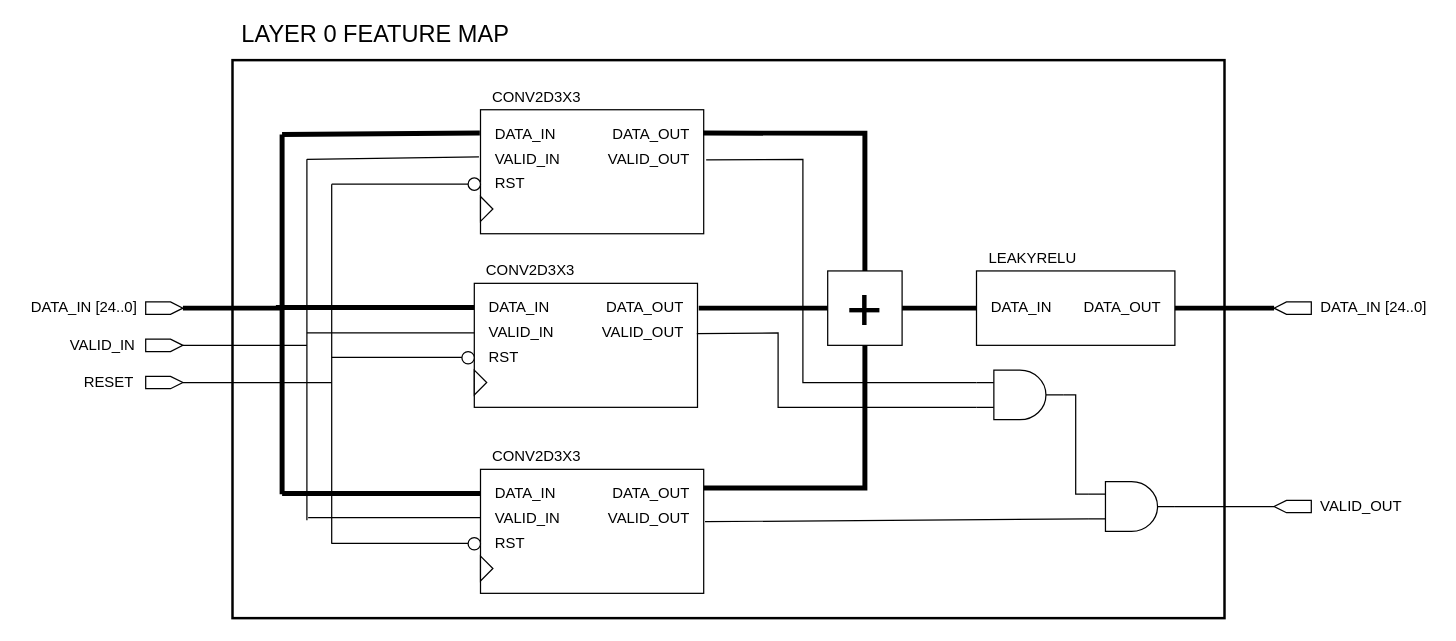
Earlier version of the draw.io diagram page "layer-0-feature-map" (1 of 3) of Project/reference/diagrams/YOLOv3Tiny.drawio (hohaicongthuan/0x55AA). Source tidied: cells renumbered, new cells numbered last; positions are measured from the earlier drawing's top-left corner, leaving out a move shared by most shapes. Both pictures are drawn from the tidied source at 124%, with x=0, y=0 at pixel (21, 22).
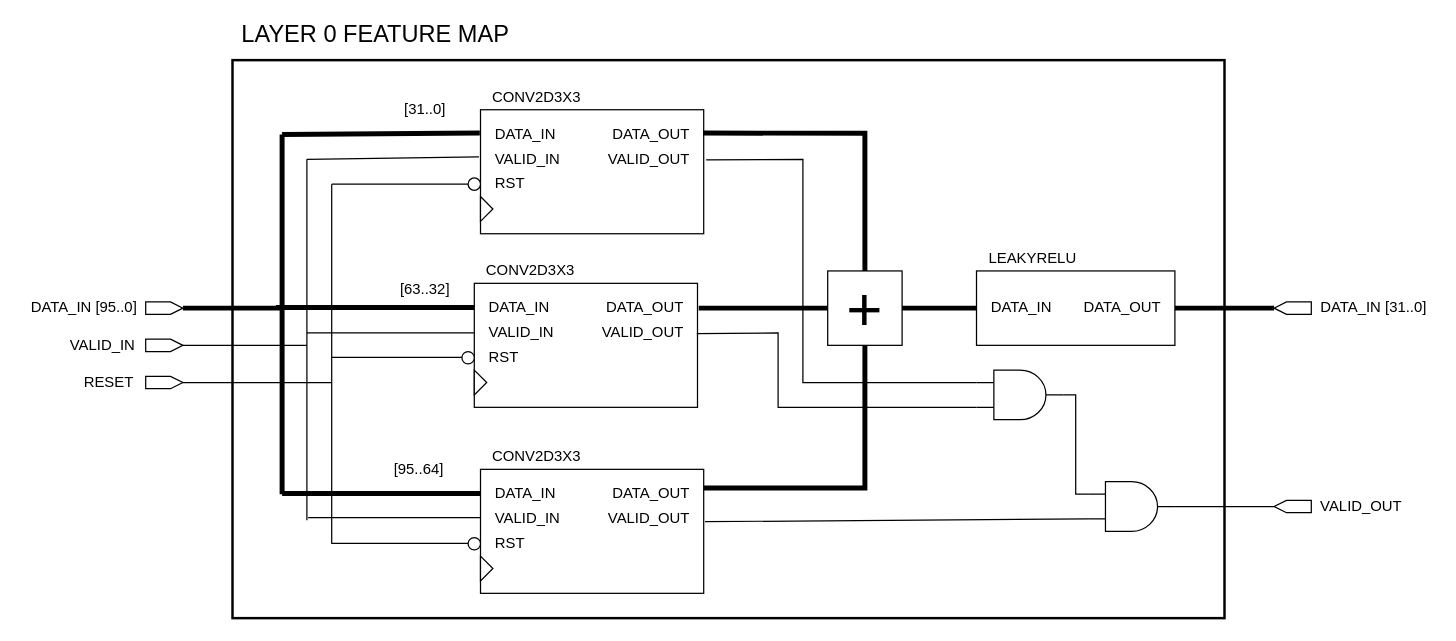
Above is the later version.

Change to the diagram source:
```diff
@@
-    <mxCell id="5" value="DATA_IN [24..0]" style="text;html=1;align=center;verticalAlign=middle;strokeColor=none;" parent="1" vertex="1">
+    <mxCell id="5" value="DATA_IN [95..0]" style="text;html=1;align=center;verticalAlign=middle;strokeColor=none;" parent="1" vertex="1">
       <mxGeometry y="220" width="100" height="20" as="geometry" />
     </mxCell>
@@
-    <mxCell id="48" value="DATA_IN [24..0]" style="text;html=1;align=center;verticalAlign=middle;strokeColor=none;" parent="1" vertex="1">
+    <mxCell id="48" value="DATA_IN [31..0]" style="text;html=1;align=center;verticalAlign=middle;strokeColor=none;" parent="1" vertex="1">
       <mxGeometry x="1040" y="220" width="100" height="20" as="geometry" />
     </mxCell>
@@
+    <mxCell id="73" value="[31..0]" style="text;html=1;align=center;verticalAlign=middle;strokeColor=none;" parent="1" vertex="1">
+      <mxGeometry x="300" y="60" width="50" height="20" as="geometry" />
+    </mxCell>
+    <mxCell id="74" value="[63..32]" style="text;html=1;align=center;verticalAlign=middle;strokeColor=none;" parent="1" vertex="1">
+      <mxGeometry x="295" y="205" width="60" height="20" as="geometry" />
+    </mxCell>
+    <mxCell id="75" value="[95..64]" style="text;html=1;align=center;verticalAlign=middle;strokeColor=none;" parent="1" vertex="1">
+      <mxGeometry x="290" y="350" width="60" height="20" as="geometry" />
+    </mxCell>
```
